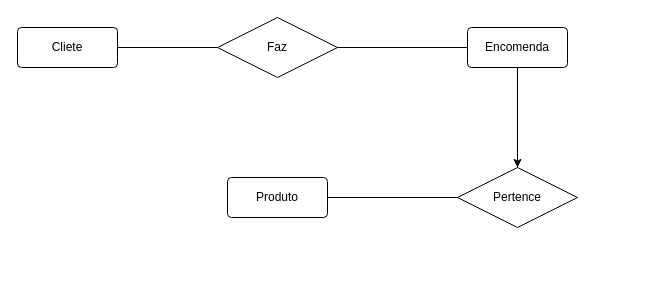
fernandosr-dev/CESAE_WebDev keeps this draw.io diagram as WEBS/Aula-1.drawio. Above is the earlier version. Source tidied: cells renumbered, new cells numbered last; positions are measured from the earlier drawing's top-left corner, leaving out a move shared by most shapes. Both pictures are drawn from the tidied source at 100%, with x=0, y=0 at pixel (17, 17).
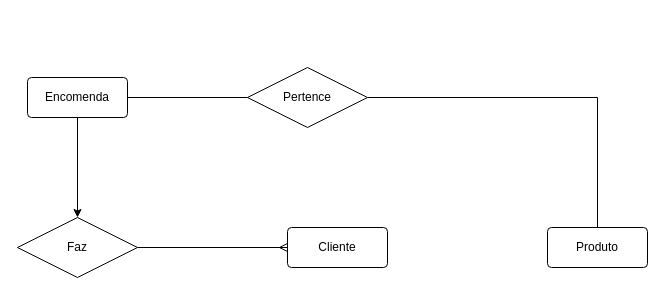
The same page after the edit.

Diff of the diagram source:
```diff
@@
 <mxGraphModel>
   <root>
     <mxCell id="0" />
     <mxCell id="1" parent="0" />
-    <mxCell id="2" style="edgeStyle=orthogonalEdgeStyle;rounded=0;jettySize=auto;html=1;endArrow=none;endFill=0;" parent="1" edge="1" source="3" target="11">
+    <mxCell id="2" style="edgeStyle=orthogonalEdgeStyle;rounded=0;jettySize=auto;html=1;endArrow=none;endFill=0;startArrow=ERmany;startFill=0;" parent="1" edge="1" source="3" target="11">
       <mxGeometry relative="1" as="geometry" />
     </mxCell>
-    <mxCell id="3" value="Cliete" style="rounded=1;arcSize=10;whiteSpace=wrap;html=1;align=center;" parent="1" vertex="1">
-      <mxGeometry y="10" width="100" height="40" as="geometry" />
+    <mxCell id="3" value="Cliente" style="rounded=1;arcSize=10;whiteSpace=wrap;html=1;align=center;" parent="1" vertex="1">
+      <mxGeometry x="270" y="210" width="100" height="40" as="geometry" />
     </mxCell>
     <mxCell id="4" value="Produto" style="rounded=1;arcSize=10;whiteSpace=wrap;html=1;align=center;" parent="1" vertex="1">
-      <mxGeometry x="210" y="160" width="100" height="40" as="geometry" />
+      <mxGeometry x="530" y="210" width="100" height="40" as="geometry" />
     </mxCell>
-    <mxCell id="5" style="edgeStyle=orthogonalEdgeStyle;rounded=0;jettySize=auto;html=1;" parent="1" edge="1" source="6" target="9">
+    <mxCell id="5" style="edgeStyle=orthogonalEdgeStyle;rounded=0;jettySize=auto;html=1;endArrow=none;endFill=0;" parent="1" edge="1" source="6" target="9">
       <mxGeometry relative="1" as="geometry" />
     </mxCell>
+    <mxCell id="12" style="edgeStyle=orthogonalEdgeStyle;rounded=0;jettySize=auto;html=1;entryX=0.5;entryY=0;entryDx=0;entryDy=0;" parent="1" edge="1" source="6" target="11">
+      <mxGeometry relative="1" as="geometry" />
+    </mxCell>
     <mxCell id="6" value="Encomenda" style="rounded=1;arcSize=10;whiteSpace=wrap;html=1;align=center;" parent="1" vertex="1">
-      <mxGeometry x="450" y="10" width="100" height="40" as="geometry" />
+      <mxGeometry x="10" y="60" width="100" height="40" as="geometry" />
     </mxCell>
     <mxCell id="7" style="edgeStyle=orthogonalEdgeStyle;rounded=0;jettySize=auto;html=1;endArrow=none;endFill=0;" parent="1" edge="1" source="9" target="4">
       <mxGeometry relative="1" as="geometry" />
     </mxCell>
-    <mxCell id="8" style="edgeStyle=orthogonalEdgeStyle;rounded=0;jettySize=auto;html=1;endArrow=none;endFill=0;" parent="1" edge="1" source="9" target="6">
-      <mxGeometry relative="1" as="geometry" />
-    </mxCell>
     <mxCell id="9" value="Pertence" style="shape=rhombus;perimeter=rhombusPerimeter;whiteSpace=wrap;html=1;align=center;" parent="1" vertex="1">
-      <mxGeometry x="440" y="150" width="120" height="60" as="geometry" />
+      <mxGeometry x="230" y="50" width="120" height="60" as="geometry" />
     </mxCell>
-    <mxCell id="10" style="edgeStyle=orthogonalEdgeStyle;rounded=0;jettySize=auto;html=1;entryX=0;entryY=0.5;entryDx=0;entryDy=0;endArrow=none;endFill=0;" parent="1" edge="1" source="11" target="6">
-      <mxGeometry relative="1" as="geometry" />
-    </mxCell>
     <mxCell id="11" value="Faz" style="shape=rhombus;perimeter=rhombusPerimeter;whiteSpace=wrap;html=1;align=center;" parent="1" vertex="1">
-      <mxGeometry x="200" width="120" height="60" as="geometry" />
+      <mxGeometry y="200" width="120" height="60" as="geometry" />
     </mxCell>
   </root>
 </mxGraphModel>
```
